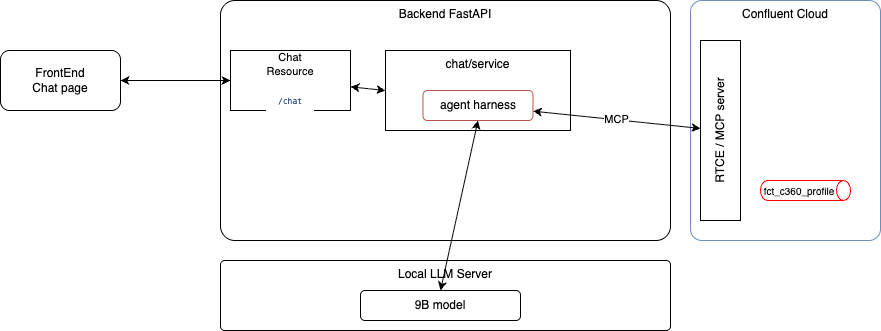
Earlier version of the draw.io export docs/diagrams/chat_rtce.drawio.png (jbcodeforce/stream_house_c360_demo). Source tidied: cells renumbered, new cells last; positions are measured from the earlier drawing's top-left corner, leaving out a move shared by most shapes. Its diagram source:
```xml
<mxGraphModel>
  <root>
    <mxCell id="0" />
    <mxCell id="1" parent="0" />
    <mxCell id="2" value="FrontEnd&lt;br&gt;Chat page" style="rounded=1;whiteSpace=wrap;html=1;" parent="1" vertex="1">
      <mxGeometry y="50" width="120" height="60" as="geometry" />
    </mxCell>
    <mxCell id="3" value="Backend FastAPI" style="rounded=1;whiteSpace=wrap;html=1;arcSize=6;verticalAlign=top;" parent="1" vertex="1">
      <mxGeometry x="220" width="450" height="240" as="geometry" />
    </mxCell>
    <mxCell id="4" value="Confluent Cloud" style="rounded=1;whiteSpace=wrap;html=1;arcSize=6;verticalAlign=top;fillColor=none;strokeColor=#6c8ebf;" parent="1" vertex="1">
      <mxGeometry x="690" width="190" height="240" as="geometry" />
    </mxCell>
    <mxCell id="5" style="edgeStyle=none;html=1;entryX=0;entryY=0.5;entryDx=0;entryDy=0;startArrow=classic;startFill=1;" parent="1" edge="1" source="6" target="7">
      <mxGeometry relative="1" as="geometry" />
    </mxCell>
    <mxCell id="6" value="&lt;font style=&quot;font-size: 11px;&quot;&gt;Chat&lt;br&gt;Resource&lt;br&gt;&lt;br&gt;&lt;/font&gt;&lt;div style=&quot;color: rgb(32, 32, 32); background-color: rgb(255, 255, 255); font-family: Menlo, Monaco, &amp;quot;Courier New&amp;quot;, monospace; line-height: 18px; font-size: 8px;&quot;&gt;&lt;font style=&quot;font-size: 8px;&quot;&gt;&lt;span style=&quot;color: rgb(10, 48, 105);&quot;&gt;/chat&lt;/span&gt;&lt;/font&gt;&lt;/div&gt;" style="rounded=0;whiteSpace=wrap;html=1;" parent="1" vertex="1">
      <mxGeometry x="230" y="50" width="120" height="60" as="geometry" />
    </mxCell>
    <mxCell id="7" value="chat/service" style="rounded=0;whiteSpace=wrap;html=1;fontSize=12;verticalAlign=top;" parent="1" vertex="1">
      <mxGeometry x="385" y="50" width="185" height="80" as="geometry" />
    </mxCell>
    <mxCell id="8" value="MCP" style="edgeStyle=none;html=1;startArrow=classic;startFill=1;" parent="1" edge="1" source="9" target="10">
      <mxGeometry relative="1" as="geometry" />
    </mxCell>
    <mxCell id="9" value="agent harness" style="rounded=1;whiteSpace=wrap;html=1;fillColor=none;strokeColor=#b85450;" parent="1" vertex="1">
      <mxGeometry x="422.5" y="90" width="110" height="30" as="geometry" />
    </mxCell>
    <mxCell id="10" value="RTCE / MCP server" style="rounded=0;whiteSpace=wrap;html=1;fillColor=none;horizontal=0;" parent="1" vertex="1">
      <mxGeometry x="700" y="40" width="40" height="180" as="geometry" />
    </mxCell>
    <mxCell id="11" style="edgeStyle=none;html=1;entryX=0;entryY=0.5;entryDx=0;entryDy=0;startArrow=classic;startFill=1;" parent="1" edge="1" source="2" target="6">
      <mxGeometry relative="1" as="geometry">
        <Array as="points">
          <mxPoint x="170" y="80" />
        </Array>
      </mxGeometry>
    </mxCell>
    <mxCell id="12" value="fct_c360_profile" style="shape=cylinder3;whiteSpace=wrap;html=1;boundedLbl=1;backgroundOutline=1;size=7;fontSize=10;flipH=0;flipV=0;direction=south;strokeColor=#FF0000;" parent="1" vertex="1">
      <mxGeometry x="760" y="180" width="90" height="20" as="geometry" />
    </mxCell>
    <mxCell id="13" value="Local LLM Server" style="rounded=1;whiteSpace=wrap;html=1;arcSize=6;verticalAlign=top;" parent="1" vertex="1">
      <mxGeometry x="220" y="260" width="450" height="70" as="geometry" />
    </mxCell>
    <mxCell id="14" value="9B model" style="rounded=1;whiteSpace=wrap;html=1;fillColor=none;" parent="1" vertex="1">
      <mxGeometry x="360" y="290" width="160" height="30" as="geometry" />
    </mxCell>
    <mxCell id="15" style="edgeStyle=none;html=1;entryX=0.5;entryY=0;entryDx=0;entryDy=0;startArrow=classic;startFill=1;exitX=0.5;exitY=1;exitDx=0;exitDy=0;" parent="1" edge="1" source="9" target="14">
      <mxGeometry relative="1" as="geometry" />
    </mxCell>
  </root>
</mxGraphModel>
```
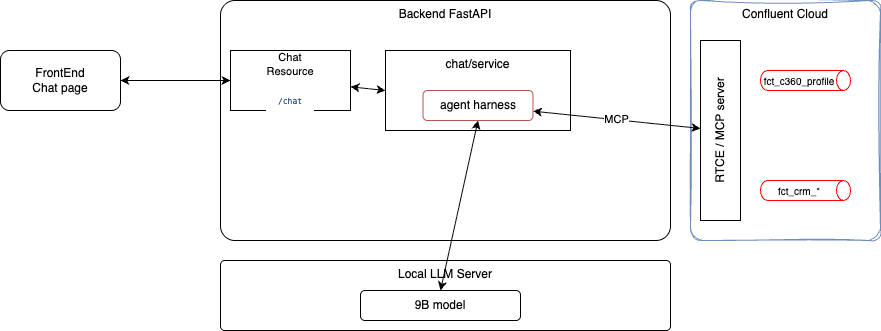
The same diagram one commit later.

Diff of the diagram source:
```diff
@@ -8,7 +8,7 @@
     <mxCell id="3" value="Backend FastAPI" style="rounded=1;whiteSpace=wrap;html=1;arcSize=6;verticalAlign=top;" parent="1" vertex="1">
       <mxGeometry x="220" width="450" height="240" as="geometry" />
     </mxCell>
-    <mxCell id="4" value="Confluent Cloud" style="rounded=1;whiteSpace=wrap;html=1;arcSize=6;verticalAlign=top;fillColor=none;strokeColor=#6c8ebf;" parent="1" vertex="1">
+    <mxCell id="4" value="Confluent Cloud" style="rounded=1;whiteSpace=wrap;html=1;arcSize=6;verticalAlign=top;fillColor=none;strokeColor=#6c8ebf;sketch=1;curveFitting=1;jiggle=2;" parent="1" vertex="1">
       <mxGeometry x="690" width="190" height="240" as="geometry" />
     </mxCell>
     <mxCell id="5" style="edgeStyle=none;html=1;entryX=0;entryY=0.5;entryDx=0;entryDy=0;startArrow=classic;startFill=1;" parent="1" edge="1" source="6" target="7">
@@ -36,7 +36,7 @@
         </Array>
       </mxGeometry>
     </mxCell>
-    <mxCell id="12" value="fct_c360_profile" style="shape=cylinder3;whiteSpace=wrap;html=1;boundedLbl=1;backgroundOutline=1;size=7;fontSize=10;flipH=0;flipV=0;direction=south;strokeColor=#FF0000;" parent="1" vertex="1">
+    <mxCell id="12" value="fct_crm_*" style="shape=cylinder3;whiteSpace=wrap;html=1;boundedLbl=1;backgroundOutline=1;size=7;fontSize=10;flipH=0;flipV=0;direction=south;strokeColor=#FF0000;" parent="1" vertex="1">
       <mxGeometry x="760" y="180" width="90" height="20" as="geometry" />
     </mxCell>
     <mxCell id="13" value="Local LLM Server" style="rounded=1;whiteSpace=wrap;html=1;arcSize=6;verticalAlign=top;" parent="1" vertex="1">
@@ -48,5 +48,8 @@
     <mxCell id="15" style="edgeStyle=none;html=1;entryX=0.5;entryY=0;entryDx=0;entryDy=0;startArrow=classic;startFill=1;exitX=0.5;exitY=1;exitDx=0;exitDy=0;" parent="1" edge="1" source="9" target="14">
       <mxGeometry relative="1" as="geometry" />
     </mxCell>
+    <mxCell id="16" value="fct_c360_profile" style="shape=cylinder3;whiteSpace=wrap;html=1;boundedLbl=1;backgroundOutline=1;size=7;fontSize=10;flipH=0;flipV=0;direction=south;strokeColor=#FF0000;" parent="1" vertex="1">
+      <mxGeometry x="760" y="70" width="90" height="20" as="geometry" />
+    </mxCell>
   </root>
 </mxGraphModel>
```
